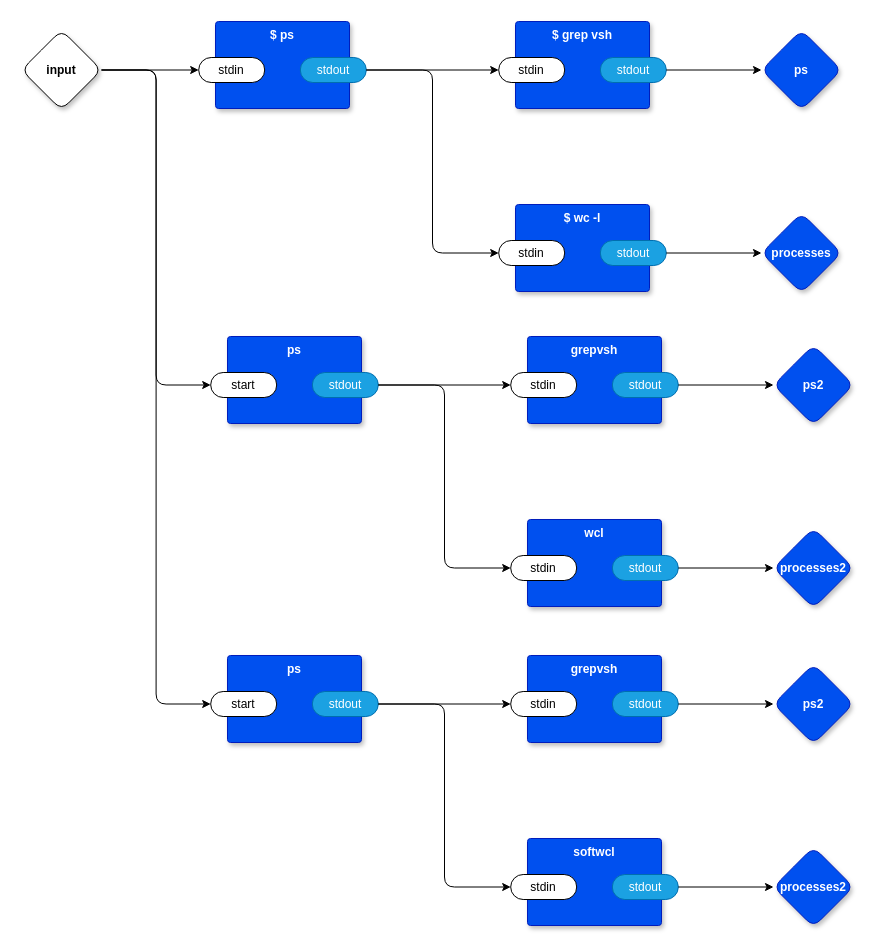
guitarvydas/odin0d keeps this draw.io diagram as page "main" (1 of 6) of vsh.drawio. Above is the earlier version. Source tidied: cells renumbered, new cells numbered last; positions are measured from the earlier drawing's top-left corner, leaving out a move shared by most shapes. Both pictures are drawn from the tidied source at 100%, with x=0, y=0 at pixel (21, 21).
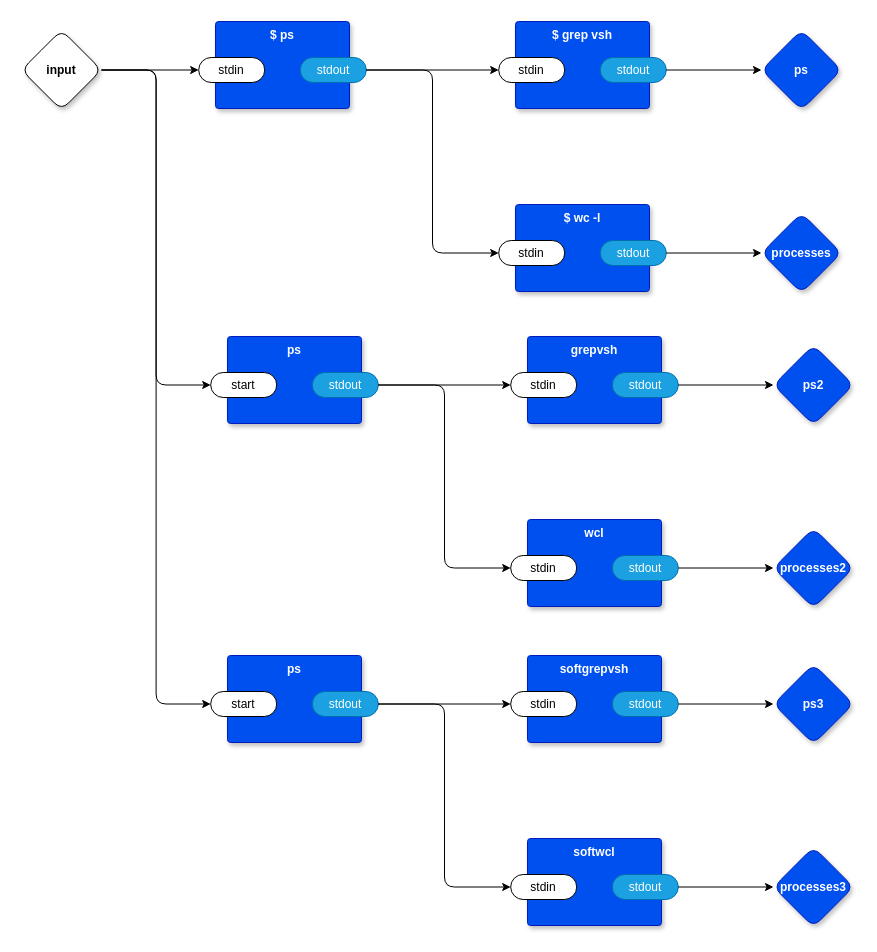
After the change.

Commit message (it also covers changes not shown here):
command buffers command string ; softgrepvsh

Diff of the diagram source:
```diff
@@
-    <mxCell id="36" value="ps2" style="rhombus;whiteSpace=wrap;html=1;rounded=1;fillColor=#0050ef;fontColor=#ffffff;strokeColor=#001DBC;fontStyle=1;glass=0;sketch=0;fontSize=12;points=[[0,0.5,0,0,0],[0.5,0,0,0,0],[0.5,1,0,0,0],[1,0.5,0,0,0]];shadow=1;" parent="1" vertex="1">
+    <mxCell id="36" value="ps3" style="rhombus;whiteSpace=wrap;html=1;rounded=1;fillColor=#0050ef;fontColor=#ffffff;strokeColor=#001DBC;fontStyle=1;glass=0;sketch=0;fontSize=12;points=[[0,0.5,0,0,0],[0.5,0,0,0,0],[0.5,1,0,0,0],[1,0.5,0,0,0]];shadow=1;" parent="1" vertex="1">
       <mxGeometry x="752" y="642.5" width="80" height="80" as="geometry" />
     </mxCell>
@@
-    <mxCell id="40" value="grepvsh" style="rounded=1;whiteSpace=wrap;html=1;sketch=0;verticalAlign=top;arcSize=6;fontStyle=1;absoluteArcSize=1;shadow=1;strokeColor=#001DBC;fillColor=#0050ef;fontColor=#ffffff;" parent="1" vertex="1">
+    <mxCell id="40" value="softgrepvsh" style="rounded=1;whiteSpace=wrap;html=1;sketch=0;verticalAlign=top;arcSize=6;fontStyle=1;absoluteArcSize=1;shadow=1;strokeColor=#001DBC;fillColor=#0050ef;fontColor=#ffffff;" parent="1" vertex="1">
       <mxGeometry x="506" y="634" width="134" height="87" as="geometry" />
     </mxCell>
@@
-    <mxCell id="48" value="processes2" style="rhombus;whiteSpace=wrap;html=1;rounded=1;fillColor=#0050ef;fontColor=#ffffff;strokeColor=#001DBC;fontStyle=1;glass=0;sketch=0;fontSize=12;points=[[0,0.5,0,0,0],[0.5,0,0,0,0],[0.5,1,0,0,0],[1,0.5,0,0,0]];shadow=1;" parent="1" vertex="1">
+    <mxCell id="48" value="processes3" style="rhombus;whiteSpace=wrap;html=1;rounded=1;fillColor=#0050ef;fontColor=#ffffff;strokeColor=#001DBC;fontStyle=1;glass=0;sketch=0;fontSize=12;points=[[0,0.5,0,0,0],[0.5,0,0,0,0],[0.5,1,0,0,0],[1,0.5,0,0,0]];shadow=1;" parent="1" vertex="1">
       <mxGeometry x="752" y="825.5" width="80" height="80" as="geometry" />
     </mxCell>
```
